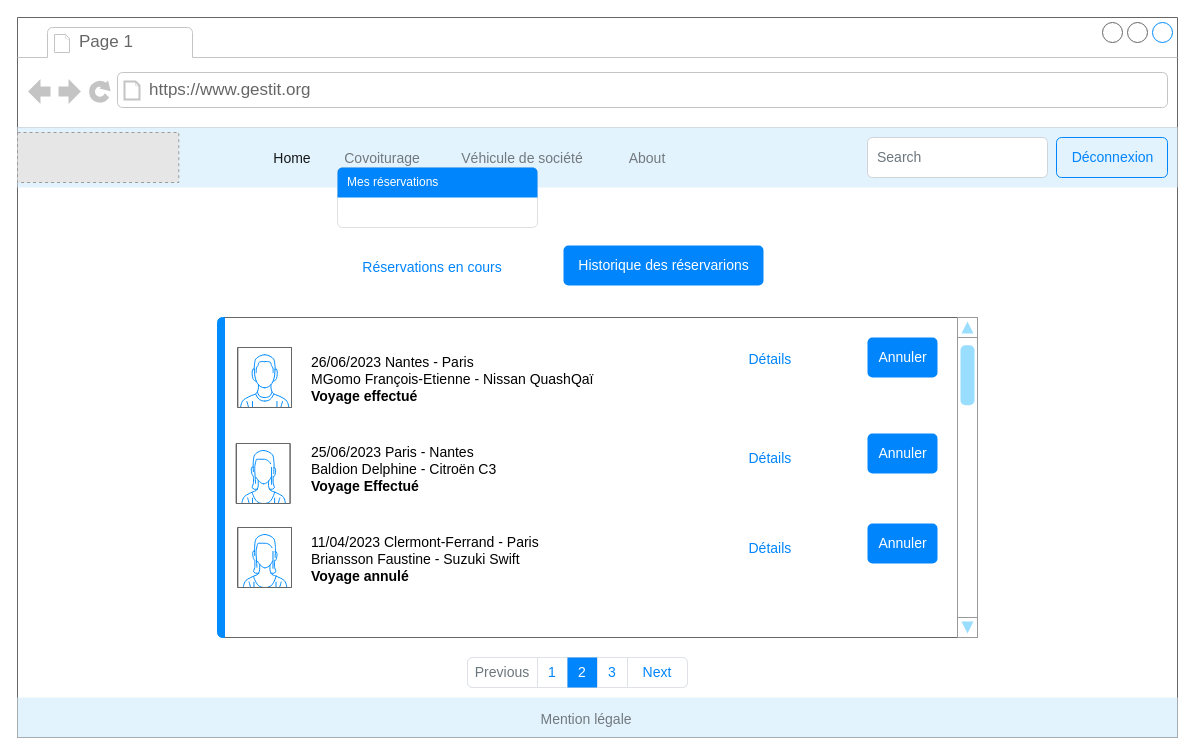
This is page "covoiturage_visualiser_historique" (6 of 7) of UI_UX/maquette-4.drawio.xml from SI-Gestion-des-transports/GESTIT_conception, a draw.io file, before an edit. Source tidied: cells renumbered, new cells numbered last; positions are measured from the earlier drawing's top-left corner, leaving out a move shared by most shapes. Both pictures are drawn from the tidied source at 100%, with x=0, y=0 at pixel (17, 17). Pictures stored in the file or linked from it are replaced by grey dashed boxes.
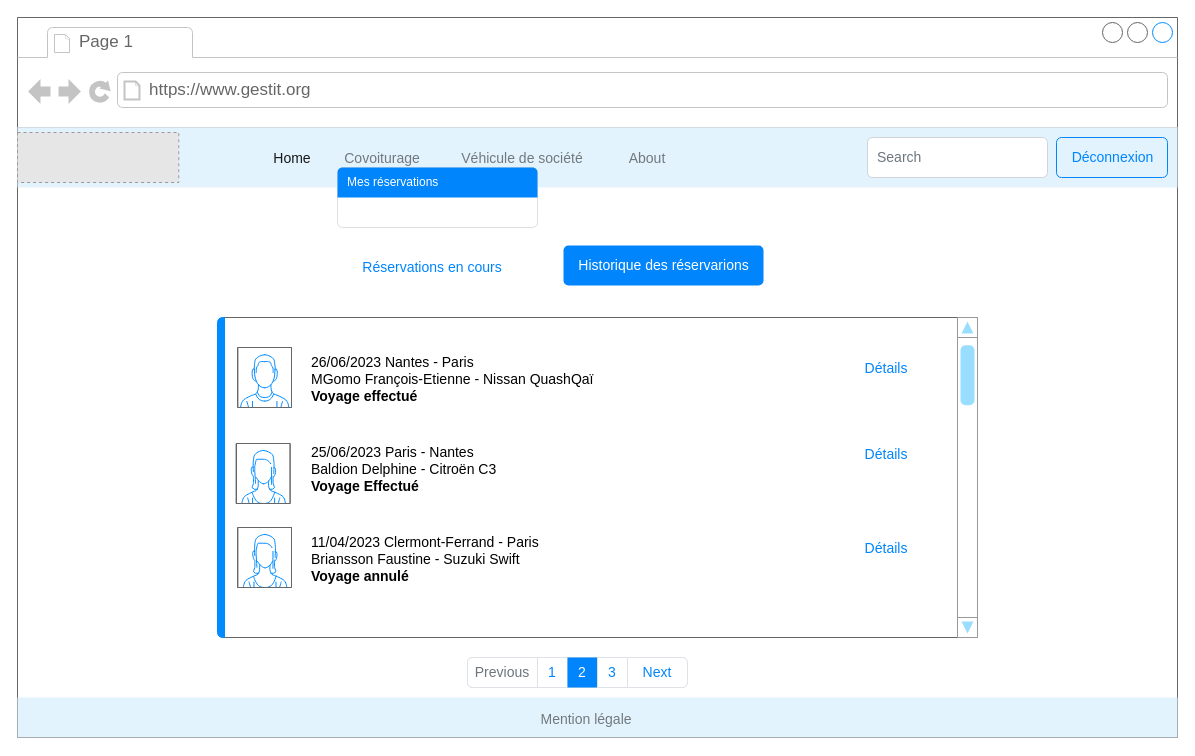
After the change.

Unchanged cells that the change refers to:
```xml
<mxCell id="2" style="group;" parent="1" vertex="1">
  <mxGeometry width="1160" height="720" as="geometry" />
</mxCell>
<mxCell id="25" style="strokeWidth=1;shadow=0;dashed=0;align=center;html=1;shape=mxgraph.mockup.containers.marginRect2;rectMarginLeft=67;strokeColor=#666666;gradientColor=none;whiteSpace=wrap;" parent="3" vertex="1">
  <mxGeometry x="140" y="300" width="800" height="320" as="geometry" />
</mxCell>
```

The edit, as a diff of the source:
```diff
@@
-    <mxCell id="32" value="Annuler" style="html=1;shadow=0;dashed=0;shape=mxgraph.bootstrap.rrect;rSize=5;fillColor=#0085FC;strokeColor=none;align=center;spacing=15;fontSize=14;fontColor=#ffffff;" parent="25" vertex="1">
-      <mxGeometry x="710" y="116" width="70" height="40" as="geometry" />
-    </mxCell>
     <mxCell id="33" value="Détails" style="fillColor=none;strokeColor=none;fontSize=14;fontColor=#0085FC;" parent="25" vertex="1">
-      <mxGeometry x="582.9" y="21" width="60" height="40" as="geometry" />
+      <mxGeometry x="699" y="30" width="60" height="40" as="geometry" />
     </mxCell>
-    <mxCell id="34" value="Détails" style="fillColor=none;strokeColor=none;fontSize=14;fontColor=#0085FC;" parent="25" vertex="1">
-      <mxGeometry x="582.9" y="120" width="60" height="40" as="geometry" />
-    </mxCell>
     <mxCell id="35" value="Détails" style="fillColor=none;strokeColor=none;fontSize=14;fontColor=#0085FC;" parent="25" vertex="1">
-      <mxGeometry x="582.9" y="210" width="60" height="40" as="geometry" />
+      <mxGeometry x="699" y="210" width="60" height="40" as="geometry" />
     </mxCell>
@@
-    <mxCell id="38" value="Annuler" style="html=1;shadow=0;dashed=0;shape=mxgraph.bootstrap.rrect;rSize=5;fillColor=#0085FC;strokeColor=none;align=center;spacing=15;fontSize=14;fontColor=#ffffff;" parent="2" vertex="1">
-      <mxGeometry x="850" y="506" width="70" height="40" as="geometry" />
-    </mxCell>
-    <mxCell id="39" value="Annuler" style="html=1;shadow=0;dashed=0;shape=mxgraph.bootstrap.rrect;rSize=5;fillColor=#0085FC;strokeColor=none;align=center;spacing=15;fontSize=14;fontColor=#ffffff;" parent="2" vertex="1">
-      <mxGeometry x="850" y="320" width="70" height="40" as="geometry" />
-    </mxCell>
@@
+    <mxCell id="34" value="Détails" style="fillColor=none;strokeColor=none;fontSize=14;fontColor=#0085FC;" parent="2" vertex="1">
+      <mxGeometry x="839" y="416" width="60" height="40" as="geometry" />
+    </mxCell>
```
